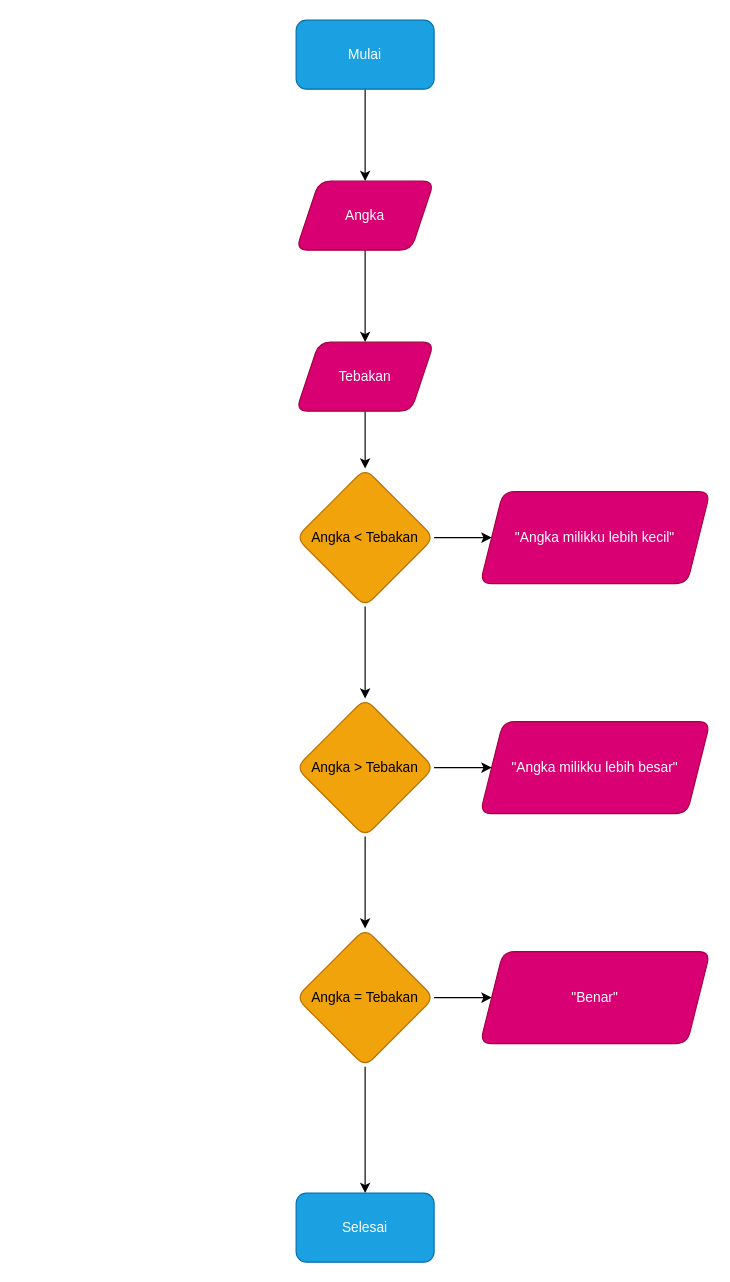
rapf10/Algo_C_23241108 keeps this draw.io diagram as Untitled Diagram.drawio. Above is the earlier version. Source tidied: cells renumbered, new cells numbered last; positions are measured from the earlier drawing's top-left corner, leaving out a move shared by most shapes. Both pictures are drawn from the tidied source at 115%, with x=0, y=0 at pixel (296, 20).
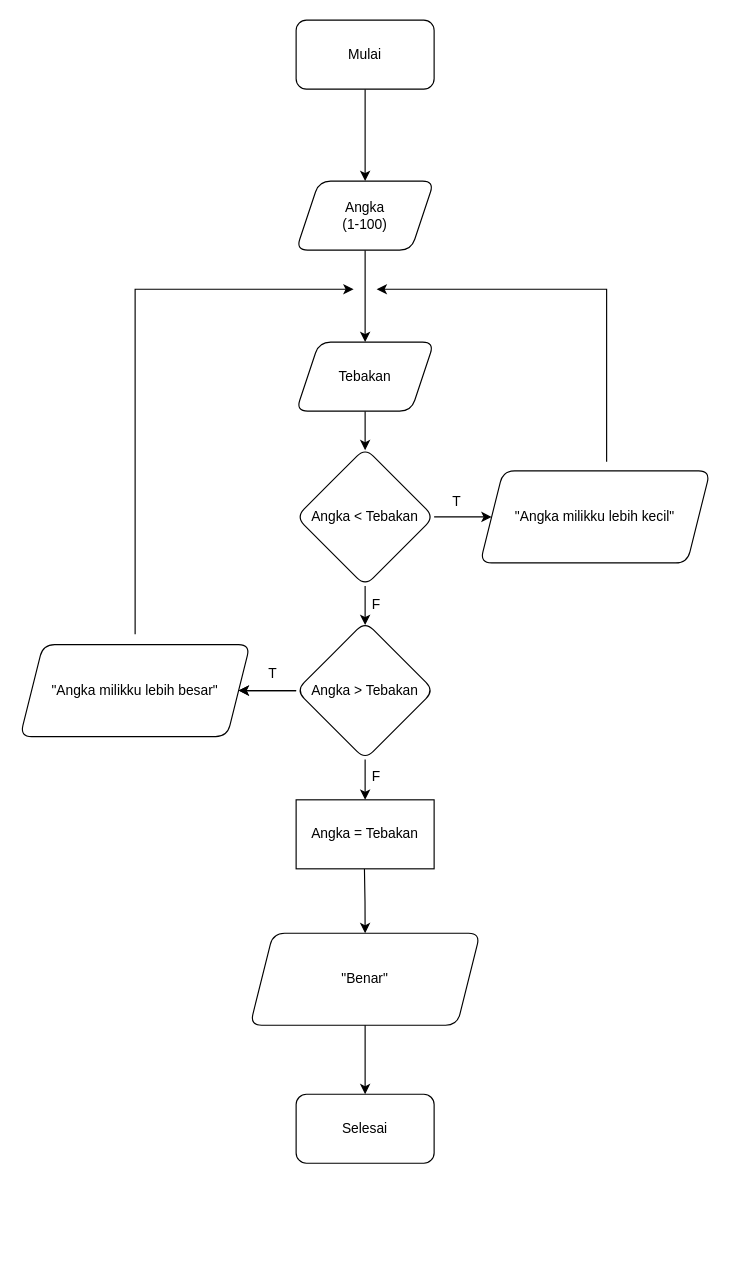
The same diagram, later.

What changed in the source:
```diff
@@
-    <mxCell id="3" value="Mulai" style="rounded=1;whiteSpace=wrap;html=1;fillColor=#1ba1e2;fontColor=#ffffff;strokeColor=#006EAF;" parent="1" vertex="1">
+    <mxCell id="3" value="Mulai" style="rounded=1;whiteSpace=wrap;html=1;" parent="1" vertex="1">
       <mxGeometry width="120" height="60" as="geometry" />
     </mxCell>
@@
-    <mxCell id="5" value="Angka" style="shape=parallelogram;perimeter=parallelogramPerimeter;whiteSpace=wrap;html=1;fixedSize=1;rounded=1;fillColor=#d80073;fontColor=#ffffff;strokeColor=#A50040;" parent="1" vertex="1">
+    <mxCell id="5" value="Angka &lt;br&gt;(1-100)" style="shape=parallelogram;perimeter=parallelogramPerimeter;whiteSpace=wrap;html=1;fixedSize=1;rounded=1;" parent="1" vertex="1">
       <mxGeometry y="140" width="120" height="60" as="geometry" />
     </mxCell>
-    <mxCell id="6" style="edgeStyle=orthogonalEdgeStyle;rounded=0;jettySize=auto;html=1;" parent="1" edge="1" source="7" target="10">
-      <mxGeometry relative="1" as="geometry" />
+    <mxCell id="6" style="edgeStyle=orthogonalEdgeStyle;rounded=0;jettySize=auto;html=1;" parent="1" edge="1" source="7">
+      <mxGeometry relative="1" as="geometry">
+        <mxPoint x="60" y="374" as="targetPoint" />
+      </mxGeometry>
     </mxCell>
-    <mxCell id="7" value="Tebakan" style="shape=parallelogram;perimeter=parallelogramPerimeter;whiteSpace=wrap;html=1;fixedSize=1;rounded=1;fillColor=#d80073;fontColor=#ffffff;strokeColor=#A50040;" parent="1" vertex="1">
+    <mxCell id="7" value="Tebakan" style="shape=parallelogram;perimeter=parallelogramPerimeter;whiteSpace=wrap;html=1;fixedSize=1;rounded=1;" parent="1" vertex="1">
       <mxGeometry y="280" width="120" height="60" as="geometry" />
     </mxCell>
@@
-    <mxCell id="9" style="edgeStyle=orthogonalEdgeStyle;rounded=0;jettySize=auto;html=1;" parent="1" edge="1" source="10" target="14">
-      <mxGeometry relative="1" as="geometry" />
+    <mxCell id="9" style="edgeStyle=orthogonalEdgeStyle;rounded=0;jettySize=auto;html=1;" parent="1" edge="1" source="10">
+      <mxGeometry relative="1" as="geometry">
+        <mxPoint x="60" y="526" as="targetPoint" />
+      </mxGeometry>
     </mxCell>
-    <mxCell id="10" value="Angka &amp;lt; Tebakan" style="rhombus;whiteSpace=wrap;html=1;rounded=1;fillColor=#f0a30a;fontColor=#000000;strokeColor=#BD7000;" parent="1" vertex="1">
-      <mxGeometry y="390" width="120" height="120" as="geometry" />
+    <mxCell id="10" value="Angka &amp;lt; Tebakan" style="rhombus;whiteSpace=wrap;html=1;rounded=1;" parent="1" vertex="1">
+      <mxGeometry y="372" width="120" height="120" as="geometry" />
     </mxCell>
-    <mxCell id="11" value="&quot;Angka milikku lebih kecil&quot;" style="shape=parallelogram;perimeter=parallelogramPerimeter;whiteSpace=wrap;html=1;fixedSize=1;rounded=1;fillColor=#d80073;fontColor=#ffffff;strokeColor=#A50040;" parent="1" vertex="1">
-      <mxGeometry x="160" y="410" width="200" height="80" as="geometry" />
+    <mxCell id="11" value="&quot;Angka milikku lebih kecil&quot;" style="shape=parallelogram;perimeter=parallelogramPerimeter;whiteSpace=wrap;html=1;fixedSize=1;rounded=1;" parent="1" vertex="1">
+      <mxGeometry x="160" y="392" width="200" height="80" as="geometry" />
     </mxCell>
@@
-    <mxCell id="13" style="edgeStyle=orthogonalEdgeStyle;rounded=0;jettySize=auto;html=1;" parent="1" edge="1" source="14" target="18">
+    <mxCell id="13" style="edgeStyle=orthogonalEdgeStyle;rounded=0;jettySize=auto;html=1;entryX=0.5;entryY=0;entryDx=0;entryDy=0;" parent="1" edge="1" source="14" target="18">
       <mxGeometry relative="1" as="geometry" />
     </mxCell>
+    <mxCell id="21" style="edgeStyle=orthogonalEdgeStyle;rounded=0;jettySize=auto;html=1;" parent="1" edge="1" source="14" target="15">
+      <mxGeometry relative="1" as="geometry" />
+    </mxCell>
-    <mxCell id="14" value="Angka &amp;gt; Tebakan" style="rhombus;whiteSpace=wrap;html=1;rounded=1;fillColor=#f0a30a;fontColor=#000000;strokeColor=#BD7000;" parent="1" vertex="1">
-      <mxGeometry y="590" width="120" height="120" as="geometry" />
+    <mxCell id="14" value="Angka &amp;gt; Tebakan" style="rhombus;whiteSpace=wrap;html=1;rounded=1;" parent="1" vertex="1">
+      <mxGeometry y="523" width="120" height="120" as="geometry" />
     </mxCell>
-    <mxCell id="15" value="&quot;Angka milikku lebih besar&quot;" style="shape=parallelogram;perimeter=parallelogramPerimeter;whiteSpace=wrap;html=1;fixedSize=1;rounded=1;fillColor=#d80073;fontColor=#ffffff;strokeColor=#A50040;" parent="1" vertex="1">
-      <mxGeometry x="160" y="610" width="200" height="80" as="geometry" />
+    <mxCell id="15" value="&quot;Angka milikku lebih besar&quot;" style="shape=parallelogram;perimeter=parallelogramPerimeter;whiteSpace=wrap;html=1;fixedSize=1;rounded=1;" parent="1" vertex="1">
+      <mxGeometry x="-240" y="543" width="200" height="80" as="geometry" />
     </mxCell>
-    <mxCell id="16" style="edgeStyle=orthogonalEdgeStyle;rounded=0;jettySize=auto;html=1;" parent="1" edge="1" source="18" target="19">
-      <mxGeometry relative="1" as="geometry" />
-    </mxCell>
-    <mxCell id="17" style="edgeStyle=orthogonalEdgeStyle;rounded=0;jettySize=auto;html=1;" parent="1" edge="1" source="18" target="20">
-      <mxGeometry relative="1" as="geometry" />
+    <mxCell id="17" style="edgeStyle=orthogonalEdgeStyle;rounded=0;jettySize=auto;html=1;entryX=0.5;entryY=0;entryDx=0;entryDy=0;" parent="1" edge="1" target="19">
+      <mxGeometry relative="1" as="geometry">
+        <mxPoint x="59.4" y="738" as="sourcePoint" />
+      </mxGeometry>
     </mxCell>
-    <mxCell id="18" value="Angka = Tebakan" style="rhombus;whiteSpace=wrap;html=1;rounded=1;fillColor=#f0a30a;fontColor=#000000;strokeColor=#BD7000;" parent="1" vertex="1">
-      <mxGeometry y="790" width="120" height="120" as="geometry" />
-    </mxCell>
-    <mxCell id="19" value="&quot;Benar&quot;" style="shape=parallelogram;perimeter=parallelogramPerimeter;whiteSpace=wrap;html=1;fixedSize=1;rounded=1;fillColor=#d80073;fontColor=#ffffff;strokeColor=#A50040;" parent="1" vertex="1">
-      <mxGeometry x="160" y="810" width="200" height="80" as="geometry" />
+    <mxCell id="19" value="&quot;Benar&quot;" style="shape=parallelogram;perimeter=parallelogramPerimeter;whiteSpace=wrap;html=1;fixedSize=1;rounded=1;" parent="1" vertex="1">
+      <mxGeometry x="-40" y="794" width="200" height="80" as="geometry" />
     </mxCell>
-    <mxCell id="20" value="Selesai" style="whiteSpace=wrap;html=1;rounded=1;fillColor=#1ba1e2;fontColor=#ffffff;strokeColor=#006EAF;" parent="1" vertex="1">
-      <mxGeometry y="1020" width="120" height="60" as="geometry" />
+    <mxCell id="20" value="Selesai" style="whiteSpace=wrap;html=1;rounded=1;" parent="1" vertex="1">
+      <mxGeometry y="934" width="120" height="60" as="geometry" />
     </mxCell>
+    <mxCell id="22" style="endArrow=classic;html=1;rounded=0;" parent="1" edge="1">
+      <mxGeometry relative="1" as="geometry">
+        <mxPoint x="-140" y="534" as="sourcePoint" />
+        <mxPoint x="50" y="234" as="targetPoint" />
+        <Array as="points">
+          <mxPoint x="-140" y="234" />
+        </Array>
+      </mxGeometry>
+    </mxCell>
+    <mxCell id="23" style="endArrow=classic;html=1;rounded=0;" parent="1" edge="1">
+      <mxGeometry relative="1" as="geometry">
+        <mxPoint x="270" y="384" as="sourcePoint" />
+        <mxPoint x="70" y="234" as="targetPoint" />
+        <Array as="points">
+          <mxPoint x="270" y="234" />
+        </Array>
+      </mxGeometry>
+    </mxCell>
+    <mxCell id="18" value="Angka = Tebakan" style="rounded=0;whiteSpace=wrap;html=1;" parent="1" vertex="1">
+      <mxGeometry y="678" width="120" height="60" as="geometry" />
+    </mxCell>
+    <mxCell id="24" style="endArrow=classic;html=1;rounded=0;entryX=0.5;entryY=0;entryDx=0;entryDy=0;" parent="1" edge="1" target="20">
+      <mxGeometry relative="1" as="geometry">
+        <mxPoint x="60" y="874" as="sourcePoint" />
+      </mxGeometry>
+    </mxCell>
+    <mxCell id="25" value="T" style="text;html=1;strokeColor=none;fillColor=none;align=center;verticalAlign=middle;whiteSpace=wrap;rounded=0;" parent="1" vertex="1">
+      <mxGeometry x="-50" y="554" width="60" height="30" as="geometry" />
+    </mxCell>
+    <mxCell id="26" value="T" style="text;html=1;strokeColor=none;fillColor=none;align=center;verticalAlign=middle;whiteSpace=wrap;rounded=0;" parent="1" vertex="1">
+      <mxGeometry x="110" y="404" width="60" height="30" as="geometry" />
+    </mxCell>
+    <mxCell id="27" value="F" style="text;html=1;strokeColor=none;fillColor=none;align=center;verticalAlign=middle;whiteSpace=wrap;rounded=0;" parent="1" vertex="1">
+      <mxGeometry x="40" y="494" width="60" height="30" as="geometry" />
+    </mxCell>
+    <mxCell id="28" value="F" style="text;html=1;strokeColor=none;fillColor=none;align=center;verticalAlign=middle;whiteSpace=wrap;rounded=0;" parent="1" vertex="1">
+      <mxGeometry x="40" y="643" width="60" height="30" as="geometry" />
+    </mxCell>
```
